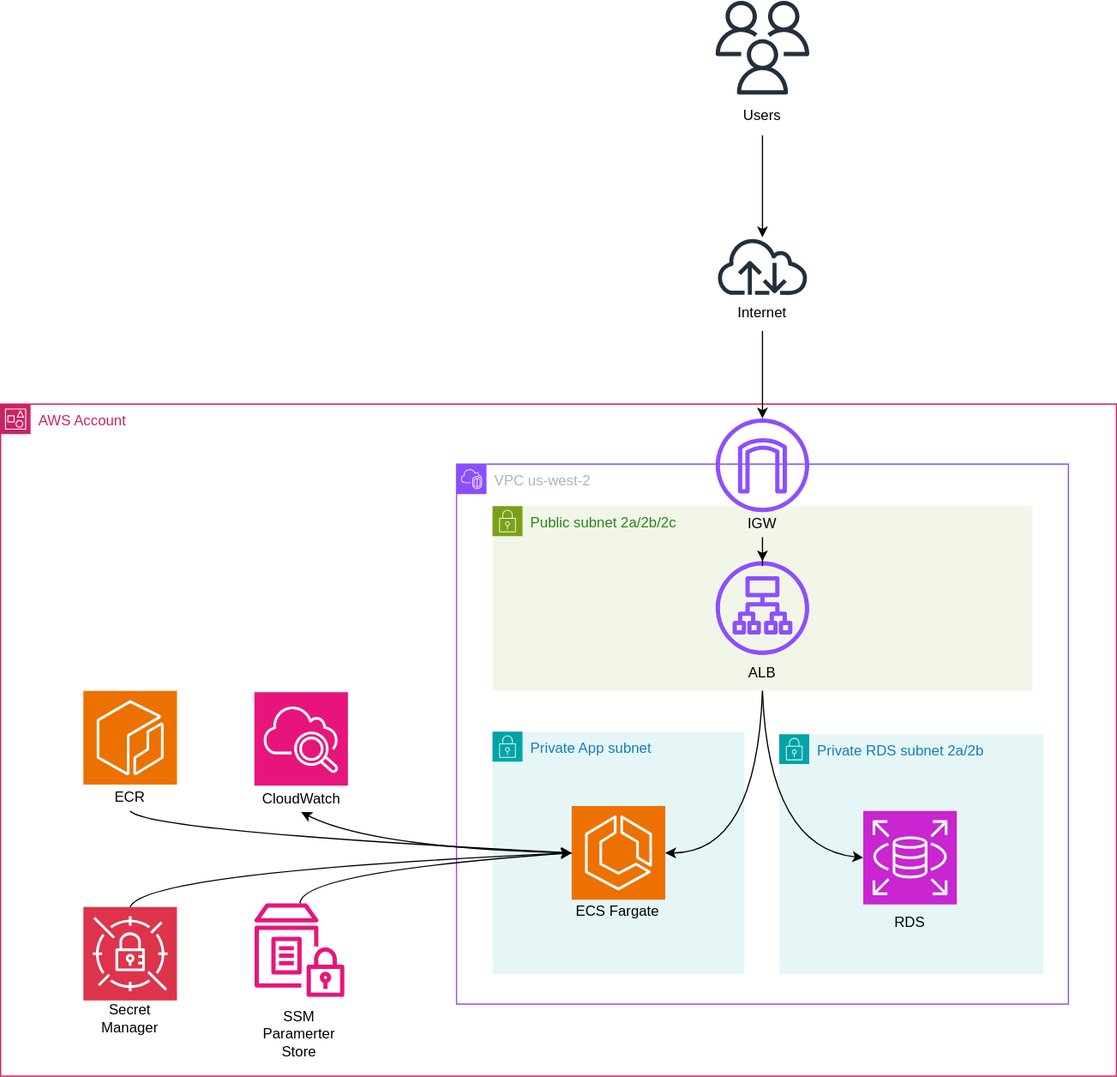
Nickelth/Papyrus keeps this draw.io diagram as invoice-aws-architect.drawio.svg. Above is the earlier version. Source tidied: cells renumbered, new cells last; positions are measured from the earlier drawing's top-left corner, leaving out a move shared by most shapes. Its diagram source:
```xml
<mxGraphModel>
  <root>
    <mxCell id="0" />
    <mxCell id="1" parent="0" />
    <mxCell id="2" value="VPC us-west-2" style="gradientColor=none;html=1;whiteSpace=wrap;fontSize=12;fontStyle=0;shape=mxgraph.aws4.group;grIcon=mxgraph.aws4.group_vpc2;strokeColor=#8C4FFF;fillColor=none;verticalAlign=top;align=left;spacingLeft=30;fontColor=#AAB7B8;dashed=0;" parent="1" vertex="1">
      <mxGeometry x="380" y="386" width="510" height="450" as="geometry" />
    </mxCell>
    <mxCell id="3" value="AWS Account" style="gradientColor=none;html=1;whiteSpace=wrap;fontSize=12;fontStyle=0;shape=mxgraph.aws4.group;grIcon=mxgraph.aws4.group_account;strokeColor=#CD2264;fillColor=none;verticalAlign=top;align=left;spacingLeft=30;fontColor=#CD2264;dashed=0;" parent="1" vertex="1">
      <mxGeometry y="336" width="930" height="560" as="geometry" />
    </mxCell>
    <mxCell id="4" value="Private App subnet" style="gradientColor=none;html=1;whiteSpace=wrap;fontSize=12;fontStyle=0;shape=mxgraph.aws4.group;grIcon=mxgraph.aws4.group_security_group;grStroke=0;strokeColor=#00A4A6;fillColor=#E6F6F7;verticalAlign=top;align=left;spacingLeft=30;fontColor=#147EBA;dashed=0;" parent="3" vertex="1">
      <mxGeometry x="410" y="273" width="210" height="202" as="geometry" />
    </mxCell>
    <mxCell id="5" style="sketch=0;points=[[0,0,0],[0.25,0,0],[0.5,0,0],[0.75,0,0],[1,0,0],[0,1,0],[0.25,1,0],[0.5,1,0],[0.75,1,0],[1,1,0],[0,0.25,0],[0,0.5,0],[0,0.75,0],[1,0.25,0],[1,0.5,0],[1,0.75,0]];outlineConnect=0;fontColor=#232F3E;fillColor=#ED7100;strokeColor=#ffffff;dashed=0;verticalLabelPosition=bottom;verticalAlign=top;align=center;html=1;fontSize=12;fontStyle=0;shape=mxgraph.aws4.resourceIcon;resIcon=mxgraph.aws4.ecs;" parent="4" vertex="1">
      <mxGeometry x="66" y="62" width="78" height="78" as="geometry" />
    </mxCell>
    <mxCell id="6" value="ECS Fargate" style="text;strokeColor=none;align=center;fillColor=none;html=1;verticalAlign=middle;whiteSpace=wrap;rounded=0;" parent="4" vertex="1">
      <mxGeometry x="61.2" y="147" width="87.5" height="5.6" as="geometry" />
    </mxCell>
    <mxCell id="7" value="Private RDS subnet 2a/2b" style="gradientColor=none;html=1;whiteSpace=wrap;fontSize=12;fontStyle=0;shape=mxgraph.aws4.group;grIcon=mxgraph.aws4.group_security_group;grStroke=0;strokeColor=#00A4A6;fillColor=#E6F6F7;verticalAlign=top;align=left;spacingLeft=30;fontColor=#147EBA;dashed=0;" parent="3" vertex="1">
      <mxGeometry x="649" y="275" width="220" height="200" as="geometry" />
    </mxCell>
    <mxCell id="8" style="group;" parent="7" vertex="1">
      <mxGeometry x="70" y="64" width="78" height="108" as="geometry" />
    </mxCell>
    <mxCell id="9" style="sketch=0;points=[[0,0,0],[0.25,0,0],[0.5,0,0],[0.75,0,0],[1,0,0],[0,1,0],[0.25,1,0],[0.5,1,0],[0.75,1,0],[1,1,0],[0,0.25,0],[0,0.5,0],[0,0.75,0],[1,0.25,0],[1,0.5,0],[1,0.75,0]];outlineConnect=0;fontColor=#232F3E;fillColor=#C925D1;strokeColor=#ffffff;dashed=0;verticalLabelPosition=bottom;verticalAlign=top;align=center;html=1;fontSize=12;fontStyle=0;shape=mxgraph.aws4.resourceIcon;resIcon=mxgraph.aws4.rds;" parent="8" vertex="1">
      <mxGeometry width="78" height="78" as="geometry" />
    </mxCell>
    <mxCell id="10" value="RDS" style="text;strokeColor=none;align=center;fillColor=none;html=1;verticalAlign=middle;whiteSpace=wrap;rounded=0;" parent="8" vertex="1">
      <mxGeometry x="9" y="78" width="60" height="30" as="geometry" />
    </mxCell>
    <mxCell id="11" value="Public subnet 2a/2b/2c" style="gradientColor=none;html=1;whiteSpace=wrap;fontSize=12;fontStyle=0;shape=mxgraph.aws4.group;grIcon=mxgraph.aws4.group_security_group;grStroke=0;strokeColor=#7AA116;fillColor=#F2F6E8;verticalAlign=top;align=left;spacingLeft=30;fontColor=#248814;dashed=0;" parent="3" vertex="1">
      <mxGeometry x="410" y="85" width="450" height="154" as="geometry" />
    </mxCell>
    <mxCell id="12" style="group;" parent="11" vertex="1">
      <mxGeometry x="186" y="46" width="78" height="108" as="geometry" />
    </mxCell>
    <mxCell id="13" style="sketch=0;outlineConnect=0;fontColor=#232F3E;gradientColor=none;fillColor=#8C4FFF;strokeColor=none;dashed=0;verticalLabelPosition=bottom;verticalAlign=top;align=center;html=1;fontSize=12;fontStyle=0;shape=mxgraph.aws4.application_load_balancer;labelBackgroundColor=default;labelBorderColor=none;textShadow=0;" parent="12" vertex="1">
      <mxGeometry width="78" height="78" as="geometry" />
    </mxCell>
    <mxCell id="14" value="ALB" style="text;strokeColor=none;align=center;fillColor=none;html=1;verticalAlign=middle;whiteSpace=wrap;rounded=0;" parent="12" vertex="1">
      <mxGeometry x="9" y="78" width="60" height="30" as="geometry" />
    </mxCell>
    <mxCell id="15" value="IGW" style="text;strokeColor=none;align=center;fillColor=none;html=1;verticalAlign=middle;whiteSpace=wrap;rounded=0;" parent="11" vertex="1">
      <mxGeometry x="195" width="60" height="30" as="geometry" />
    </mxCell>
    <mxCell id="16" style="edgeStyle=orthogonalEdgeStyle;rounded=0;jettySize=auto;html=1;" parent="11" edge="1" source="15" target="13">
      <mxGeometry relative="1" as="geometry" />
    </mxCell>
    <mxCell id="17" style="sketch=0;outlineConnect=0;fontColor=#232F3E;gradientColor=none;fillColor=#8C4FFF;strokeColor=none;dashed=0;verticalLabelPosition=bottom;verticalAlign=top;align=center;html=1;fontSize=12;fontStyle=0;shape=mxgraph.aws4.internet_gateway;" parent="3" vertex="1">
      <mxGeometry x="596" y="12" width="78" height="78" as="geometry" />
    </mxCell>
    <mxCell id="18" style="group;" parent="3" vertex="1">
      <mxGeometry x="211.5" y="416" width="75" height="124" as="geometry" />
    </mxCell>
    <mxCell id="19" style="sketch=0;outlineConnect=0;fontColor=#232F3E;gradientColor=none;fillColor=#E7157B;strokeColor=none;dashed=0;verticalLabelPosition=bottom;verticalAlign=top;align=center;html=1;fontSize=12;fontStyle=0;shape=mxgraph.aws4.parameter_store;" parent="18" vertex="1">
      <mxGeometry width="75" height="78" as="geometry" />
    </mxCell>
    <mxCell id="20" value="SSM Paramerter Store" style="text;html=1;whiteSpace=wrap;strokeColor=none;fillColor=none;align=center;verticalAlign=middle;rounded=0;" parent="18" vertex="1">
      <mxGeometry x="7.5" y="94" width="60" height="30" as="geometry" />
    </mxCell>
    <mxCell id="21" style="group;" parent="3" vertex="1">
      <mxGeometry x="211.5" y="240" width="78" height="108" as="geometry" />
    </mxCell>
    <mxCell id="22" style="sketch=0;fontColor=#232F3E;fillColor=#E7157B;strokeColor=#ffffff;dashed=0;verticalLabelPosition=bottom;verticalAlign=top;align=center;html=1;fontSize=12;fontStyle=0;shape=mxgraph.aws4.resourceIcon;resIcon=mxgraph.aws4.cloudwatch_2;" parent="21" vertex="1">
      <mxGeometry width="78" height="78" as="geometry" />
    </mxCell>
    <mxCell id="23" value="CloudWatch" style="text;strokeColor=none;align=center;fillColor=none;html=1;verticalAlign=middle;whiteSpace=wrap;rounded=0;" parent="21" vertex="1">
      <mxGeometry x="9" y="78" width="60" height="22" as="geometry" />
    </mxCell>
    <mxCell id="24" style="group;" parent="3" vertex="1">
      <mxGeometry x="69" y="419" width="78" height="108" as="geometry" />
    </mxCell>
    <mxCell id="25" style="sketch=0;points=[[0,0,0],[0.25,0,0],[0.5,0,0],[0.75,0,0],[1,0,0],[0,1,0],[0.25,1,0],[0.5,1,0],[0.75,1,0],[1,1,0],[0,0.25,0],[0,0.5,0],[0,0.75,0],[1,0.25,0],[1,0.5,0],[1,0.75,0]];outlineConnect=0;fontColor=#232F3E;fillColor=#DD344C;strokeColor=#ffffff;dashed=0;verticalLabelPosition=bottom;verticalAlign=top;align=center;html=1;fontSize=12;fontStyle=0;shape=mxgraph.aws4.resourceIcon;resIcon=mxgraph.aws4.secrets_manager;" parent="24" vertex="1">
      <mxGeometry width="78" height="78" as="geometry" />
    </mxCell>
    <mxCell id="26" value="Secret Manager" style="text;html=1;whiteSpace=wrap;strokeColor=none;fillColor=none;align=center;verticalAlign=middle;rounded=0;" parent="24" vertex="1">
      <mxGeometry x="9" y="78" width="60" height="30" as="geometry" />
    </mxCell>
    <mxCell id="27" style="group;" parent="3" vertex="1">
      <mxGeometry x="69" y="239" width="78" height="108" as="geometry" />
    </mxCell>
    <mxCell id="28" value="ECR" style="text;html=1;whiteSpace=wrap;strokeColor=none;fillColor=none;align=center;verticalAlign=middle;rounded=0;" parent="27" vertex="1">
      <mxGeometry x="9" y="78" width="60" height="22" as="geometry" />
    </mxCell>
    <mxCell id="29" style="sketch=0;fontColor=#232F3E;fillColor=#ED7100;strokeColor=#ffffff;dashed=0;verticalLabelPosition=bottom;verticalAlign=top;align=center;html=1;fontSize=12;fontStyle=0;shape=mxgraph.aws4.resourceIcon;resIcon=mxgraph.aws4.ecr;" parent="27" vertex="1">
      <mxGeometry width="78" height="78" as="geometry" />
    </mxCell>
    <mxCell id="30" style="curved=1;endArrow=classic;html=1;rounded=0;entryX=0;entryY=0.5;entryDx=0;entryDy=0;entryPerimeter=0;" parent="3" edge="1" source="19" target="5">
      <mxGeometry relative="1" as="geometry">
        <Array as="points">
          <mxPoint x="250" y="390" />
        </Array>
      </mxGeometry>
    </mxCell>
    <mxCell id="31" style="curved=1;endArrow=classic;html=1;rounded=0;exitX=0.5;exitY=0;exitDx=0;exitDy=0;entryX=0;entryY=0.5;entryDx=0;entryDy=0;entryPerimeter=0;exitPerimeter=0;" parent="3" edge="1" source="25" target="5">
      <mxGeometry relative="1" as="geometry">
        <Array as="points">
          <mxPoint x="120" y="390" />
        </Array>
      </mxGeometry>
    </mxCell>
    <mxCell id="32" style="curved=1;endArrow=classic;html=1;rounded=0;exitX=0.5;exitY=1;exitDx=0;exitDy=0;entryX=0;entryY=0.5;entryDx=0;entryDy=0;entryPerimeter=0;" parent="3" edge="1" source="28" target="5">
      <mxGeometry relative="1" as="geometry">
        <Array as="points">
          <mxPoint x="122" y="356" />
        </Array>
      </mxGeometry>
    </mxCell>
    <mxCell id="33" style="curved=1;endArrow=classic;html=1;rounded=0;entryX=0.5;entryY=1;entryDx=0;entryDy=0;exitX=0;exitY=0.5;exitDx=0;exitDy=0;exitPerimeter=0;" parent="3" edge="1" source="5" target="23">
      <mxGeometry relative="1" as="geometry">
        <Array as="points">
          <mxPoint x="310" y="370" />
        </Array>
      </mxGeometry>
    </mxCell>
    <mxCell id="34" style="curved=1;endArrow=classic;html=1;rounded=0;exitX=0.5;exitY=1;exitDx=0;exitDy=0;entryX=1;entryY=0.5;entryDx=0;entryDy=0;entryPerimeter=0;" parent="3" edge="1" source="14" target="5">
      <mxGeometry relative="1" as="geometry">
        <Array as="points">
          <mxPoint x="630" y="374" />
        </Array>
      </mxGeometry>
    </mxCell>
    <mxCell id="35" style="curved=1;endArrow=classic;html=1;rounded=0;exitX=0.5;exitY=1;exitDx=0;exitDy=0;entryX=0;entryY=0.5;entryDx=0;entryDy=0;entryPerimeter=0;" parent="3" edge="1" source="14" target="9">
      <mxGeometry relative="1" as="geometry">
        <Array as="points">
          <mxPoint x="640" y="370" />
        </Array>
      </mxGeometry>
    </mxCell>
    <mxCell id="36" style="edgeStyle=orthogonalEdgeStyle;rounded=0;jettySize=auto;html=1;" parent="1" edge="1" source="43" target="39">
      <mxGeometry relative="1" as="geometry" />
    </mxCell>
    <mxCell id="37" style="edgeStyle=orthogonalEdgeStyle;rounded=0;jettySize=auto;html=1;" parent="1" edge="1" source="40" target="17">
      <mxGeometry relative="1" as="geometry" />
    </mxCell>
    <mxCell id="38" style="group;" parent="1" vertex="1">
      <mxGeometry x="596" y="197" width="78" height="78" as="geometry" />
    </mxCell>
    <mxCell id="39" style="sketch=0;outlineConnect=0;fontColor=#232F3E;gradientColor=none;fillColor=#232F3D;strokeColor=none;dashed=0;verticalLabelPosition=bottom;verticalAlign=top;align=center;html=1;fontSize=12;fontStyle=0;shape=mxgraph.aws4.internet;" parent="38" vertex="1">
      <mxGeometry width="78" height="48" as="geometry" />
    </mxCell>
    <mxCell id="40" value="Internet" style="text;strokeColor=none;align=center;fillColor=none;html=1;verticalAlign=middle;whiteSpace=wrap;rounded=0;" parent="38" vertex="1">
      <mxGeometry x="9" y="48" width="60" height="30" as="geometry" />
    </mxCell>
    <mxCell id="41" style="group;" parent="1" vertex="1">
      <mxGeometry x="596" width="78" height="112" as="geometry" />
    </mxCell>
    <mxCell id="42" style="sketch=0;fontColor=#232F3E;gradientColor=none;fillColor=#232F3D;strokeColor=none;dashed=0;verticalLabelPosition=bottom;verticalAlign=top;align=center;html=1;fontSize=12;fontStyle=0;shape=mxgraph.aws4.users;" parent="41" vertex="1">
      <mxGeometry width="78" height="78" as="geometry" />
    </mxCell>
    <mxCell id="43" value="Users" style="text;strokeColor=none;align=center;fillColor=none;html=1;verticalAlign=middle;whiteSpace=wrap;rounded=0;" parent="41" vertex="1">
      <mxGeometry x="9" y="80" width="60" height="32" as="geometry" />
    </mxCell>
  </root>
</mxGraphModel>
```
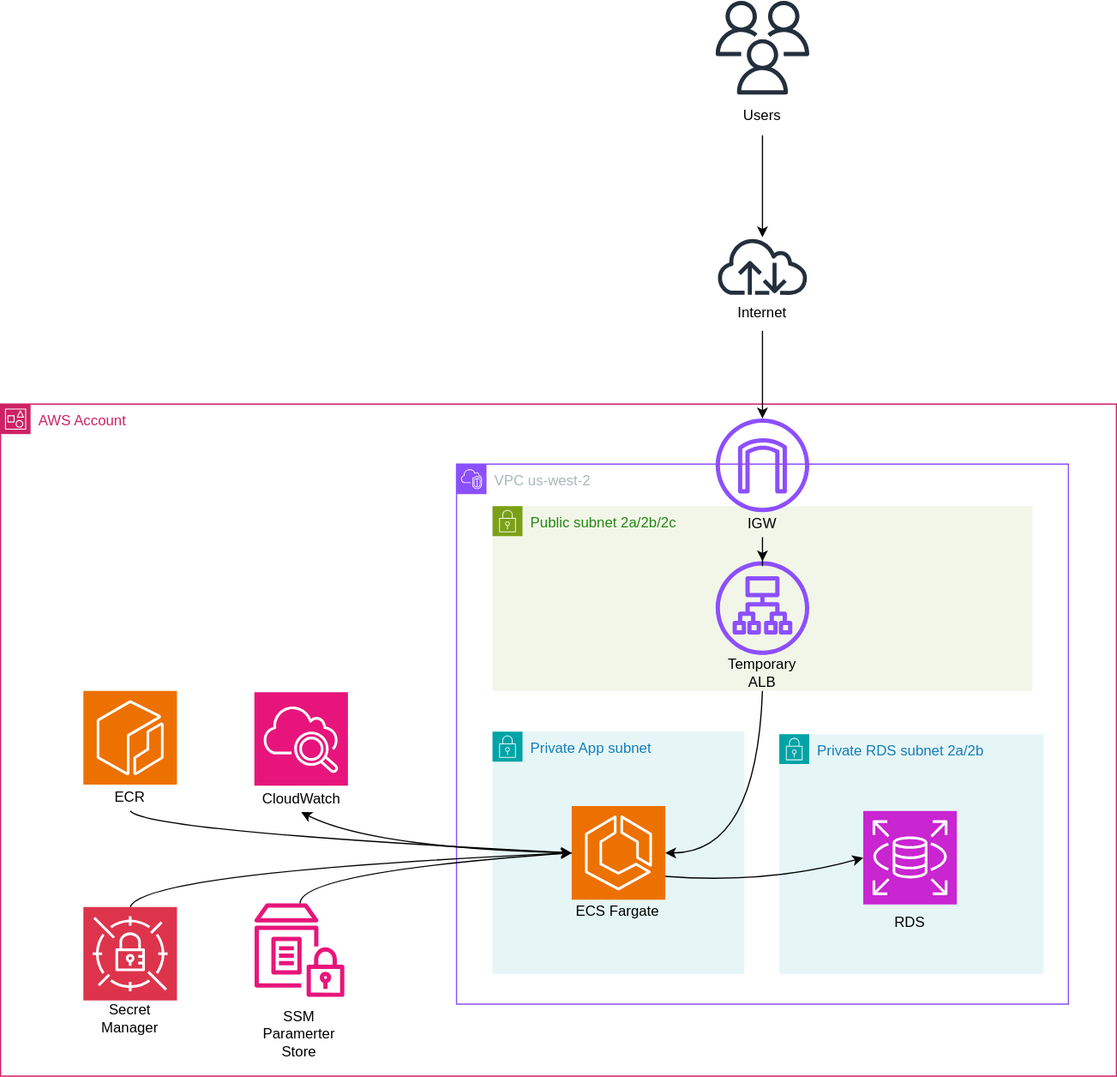
The same file after the commit.

Commit message:
invoice-aws-architect.drawio.svg を更新します

Change to the diagram source:
```diff
@@ -38,7 +38,7 @@
     <mxCell id="13" style="sketch=0;outlineConnect=0;fontColor=#232F3E;gradientColor=none;fillColor=#8C4FFF;strokeColor=none;dashed=0;verticalLabelPosition=bottom;verticalAlign=top;align=center;html=1;fontSize=12;fontStyle=0;shape=mxgraph.aws4.application_load_balancer;labelBackgroundColor=default;labelBorderColor=none;textShadow=0;" parent="12" vertex="1">
       <mxGeometry width="78" height="78" as="geometry" />
     </mxCell>
-    <mxCell id="14" value="ALB" style="text;strokeColor=none;align=center;fillColor=none;html=1;verticalAlign=middle;whiteSpace=wrap;rounded=0;" parent="12" vertex="1">
+    <mxCell id="14" value="Temporary ALB" style="text;strokeColor=none;align=center;fillColor=none;html=1;verticalAlign=middle;whiteSpace=wrap;rounded=0;" parent="12" vertex="1">
       <mxGeometry x="9" y="78" width="60" height="30" as="geometry" />
     </mxCell>
     <mxCell id="15" value="IGW" style="text;strokeColor=none;align=center;fillColor=none;html=1;verticalAlign=middle;whiteSpace=wrap;rounded=0;" parent="11" vertex="1">
@@ -121,20 +121,20 @@
         </Array>
       </mxGeometry>
     </mxCell>
-    <mxCell id="35" style="curved=1;endArrow=classic;html=1;rounded=0;exitX=0.5;exitY=1;exitDx=0;exitDy=0;entryX=0;entryY=0.5;entryDx=0;entryDy=0;entryPerimeter=0;" parent="3" edge="1" source="14" target="9">
-      <mxGeometry relative="1" as="geometry">
-        <Array as="points">
-          <mxPoint x="640" y="370" />
-        </Array>
-      </mxGeometry>
-    </mxCell>
+    <mxCell id="44" style="curved=1;endArrow=classic;html=1;rounded=0;exitX=1;exitY=0.75;exitDx=0;exitDy=0;exitPerimeter=0;entryX=0;entryY=0.5;entryDx=0;entryDy=0;entryPerimeter=0;" parent="3" edge="1" source="5" target="9">
+      <mxGeometry relative="1" as="geometry">
+        <Array as="points">
+          <mxPoint x="640" y="400" />
+        </Array>
+      </mxGeometry>
+    </mxCell>
     <mxCell id="36" style="edgeStyle=orthogonalEdgeStyle;rounded=0;jettySize=auto;html=1;" parent="1" edge="1" source="43" target="39">
       <mxGeometry relative="1" as="geometry" />
     </mxCell>
     <mxCell id="37" style="edgeStyle=orthogonalEdgeStyle;rounded=0;jettySize=auto;html=1;" parent="1" edge="1" source="40" target="17">
       <mxGeometry relative="1" as="geometry" />
     </mxCell>
-    <mxCell id="38" style="group;" parent="1" vertex="1">
+    <mxCell id="38" style="group;fontColor=light-dark(#000000,#000000);" parent="1" vertex="1">
       <mxGeometry x="596" y="197" width="78" height="78" as="geometry" />
     </mxCell>
     <mxCell id="39" style="sketch=0;outlineConnect=0;fontColor=#232F3E;gradientColor=none;fillColor=#232F3D;strokeColor=none;dashed=0;verticalLabelPosition=bottom;verticalAlign=top;align=center;html=1;fontSize=12;fontStyle=0;shape=mxgraph.aws4.internet;" parent="38" vertex="1">
```
